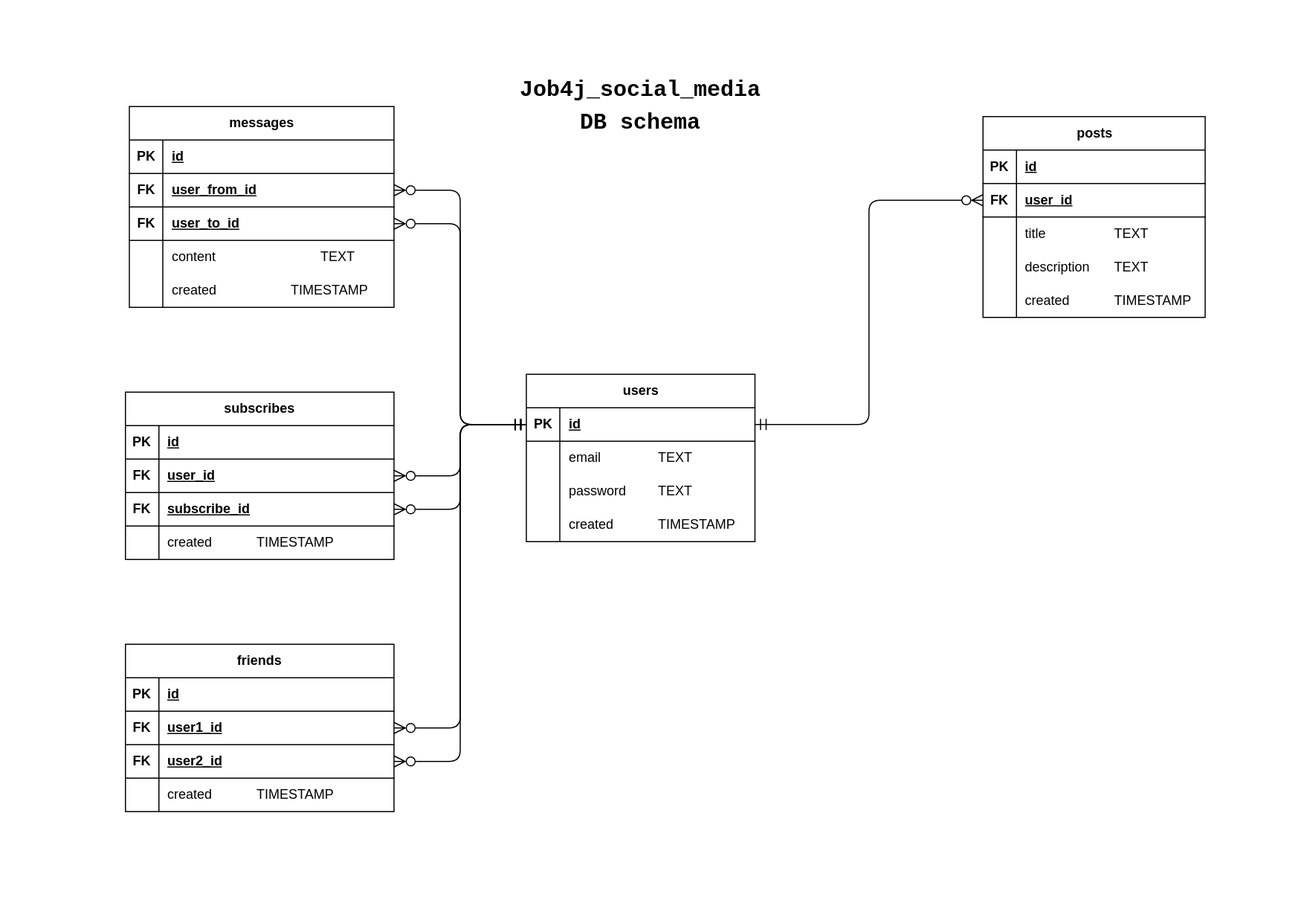
Above: img/2025-05-04 schema DB.png in MikhailChrn/job4j_social_media_api (draw.io), before the change. Source tidied: cells renumbered, new cells last; positions are measured from the earlier drawing's top-left corner, leaving out a move shared by most shapes.
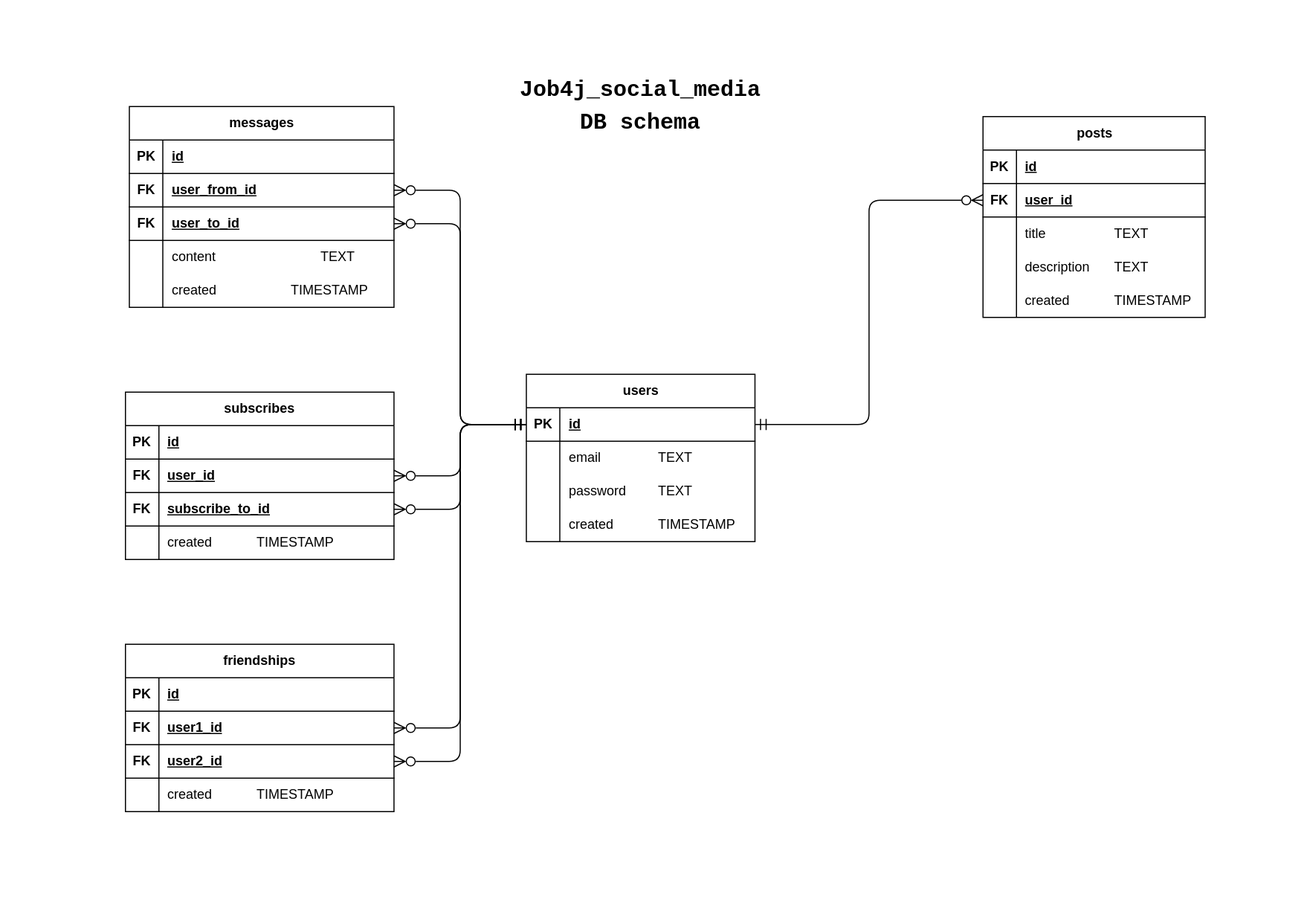
After the change.

What changed in the source:
```diff
@@ -170,7 +170,7 @@
     <mxCell id="57" value="FK" style="shape=partialRectangle;fillColor=none;top=0;left=0;bottom=0;right=0;fontStyle=1;overflow=hidden;whiteSpace=wrap;html=1;" parent="56" vertex="1">
       <mxGeometry width="30" height="30" as="geometry" />
     </mxCell>
-    <mxCell id="58" value="subscribe_id" style="shape=partialRectangle;fillColor=none;top=0;left=0;bottom=0;right=0;align=left;spacingLeft=6;fontStyle=5;overflow=hidden;whiteSpace=wrap;html=1;" parent="56" vertex="1">
+    <mxCell id="58" value="subscribe_to_id" style="shape=partialRectangle;fillColor=none;top=0;left=0;bottom=0;right=0;align=left;spacingLeft=6;fontStyle=5;overflow=hidden;whiteSpace=wrap;html=1;" parent="56" vertex="1">
       <mxGeometry x="30" width="210.8" height="30" as="geometry" />
     </mxCell>
     <mxCell id="59" style="shape=tableRow;horizontal=0;startSize=0;swimlaneHead=0;swimlaneBody=0;fillColor=none;top=0;left=0;right=0;bottom=0;" parent="49" vertex="1">
@@ -191,7 +191,7 @@
     <mxCell id="64" style="edgeStyle=orthogonalEdgeStyle;fontSize=12;html=1;endArrow=ERmandOne;rounded=1;startSize=8;endSize=8;entryX=0;entryY=0.5;entryDx=0;entryDy=0;exitX=1;exitY=0.5;exitDx=0;exitDy=0;endFill=0;startArrow=ERzeroToMany;startFill=0;" parent="1" edge="1" source="40" target="21">
       <mxGeometry relative="1" as="geometry" />
     </mxCell>
-    <mxCell id="65" value="friends" style="shape=table;startSize=30;rowLines=0;fontStyle=1;align=center;html=1;" parent="1" vertex="1">
+    <mxCell id="65" value="friendships" style="shape=table;startSize=30;rowLines=0;fontStyle=1;align=center;html=1;" parent="1" vertex="1">
       <mxGeometry y="493" width="240.8" height="150" as="geometry" />
     </mxCell>
     <mxCell id="66" style="shape=tableRow;horizontal=0;startSize=0;swimlaneHead=0;swimlaneBody=0;fillColor=none;top=0;left=0;right=0;bottom=1;" parent="65" vertex="1">
```
